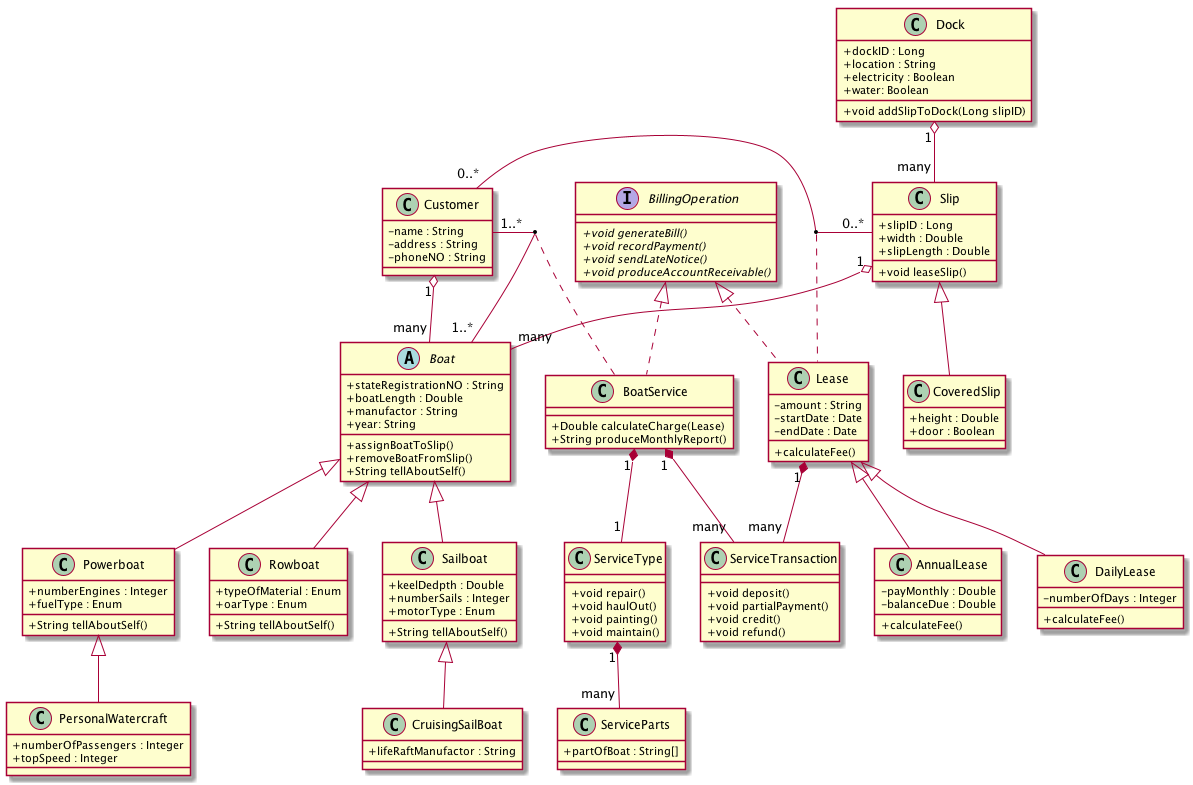
Earlier version of the PlantUML export Bradshaw Marina Case Study Class Diagram.png (Ying-LUO/Java2_Assignment2).
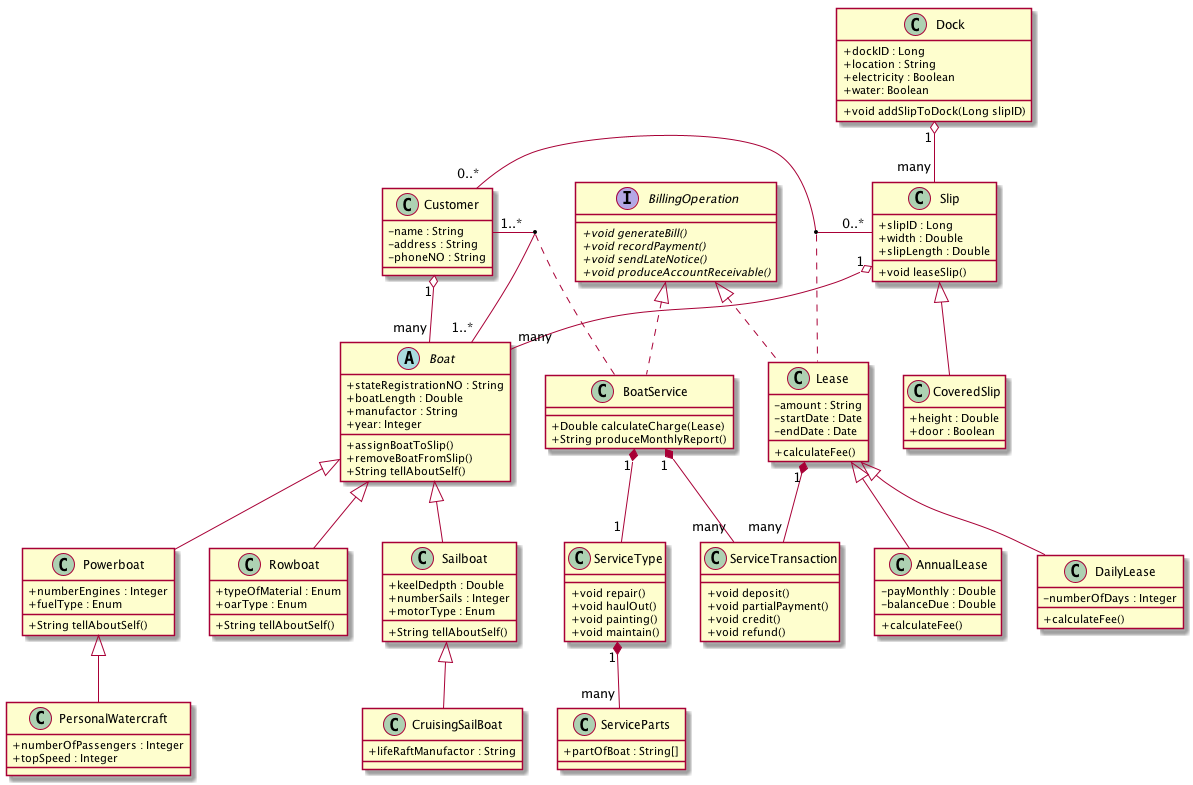
Above is the later version.

Change to the diagram source:
```diff
@@ -22,7 +22,7 @@
     +stateRegistrationNO : String
     +boatLength : Double
     +manufactor : String
-    +year: String
+    +year: Integer
     +assignBoatToSlip()
     +removeBoatFromSlip()
     +String tellAboutSelf()
```
